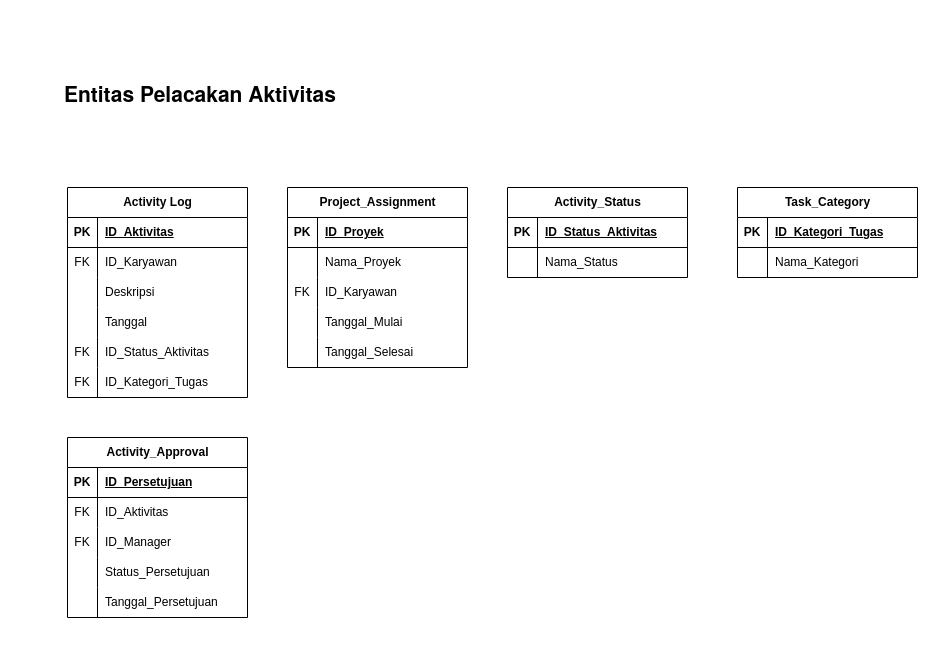
Before: page "Santana - Entitas Pelacakan Aktivitas" (4 of 6) of ERD.drawio in santanamnaa/drawio, a draw.io diagram. Source tidied: cells renumbered, new cells numbered last; positions are measured from the earlier drawing's top-left corner, leaving out a move shared by most shapes. Both pictures are drawn from the tidied source at 100%, with x=0, y=0 at pixel (27, 17).
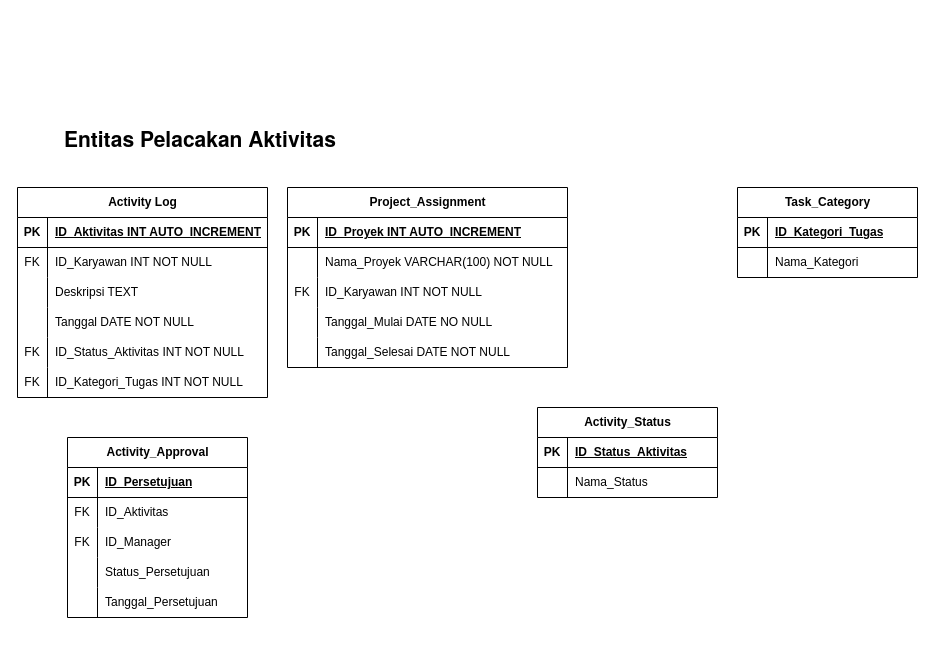
Above is the later version.

Change to the diagram source:
```diff
@@
     <mxCell id="2" value="&lt;p style=&quot;margin: 0px; font-variant-numeric: normal; font-variant-east-asian: normal; font-variant-alternates: normal; font-size-adjust: none; font-kerning: auto; font-optical-sizing: auto; font-feature-settings: normal; font-variation-settings: normal; font-variant-position: normal; font-variant-emoji: normal; font-stretch: normal; font-size: 21px; line-height: normal; font-family: &amp;quot;Helvetica Neue&amp;quot;; text-align: start;&quot; class=&quot;p1&quot;&gt;&lt;b&gt;&lt;span class=&quot;Apple-converted-space&quot;&gt;&amp;nbsp;&lt;/span&gt;Entitas Pelacakan Aktivitas&lt;/b&gt;&lt;/p&gt;" style="text;html=1;align=center;verticalAlign=middle;whiteSpace=wrap;rounded=0;" parent="1" vertex="1">
-      <mxGeometry width="340" height="150" as="geometry" />
+      <mxGeometry y="90" width="340" height="60" as="geometry" />
     </mxCell>
@@
     <mxCell id="4" value="Activity Log" style="shape=table;startSize=30;childLayout=tableLayout;rowLines=0;fontStyle=1;align=center;html=1;" parent="1" vertex="1">
-      <mxGeometry x="40" y="170" width="180" height="210" as="geometry" />
+      <mxGeometry x="-10" y="170" width="250" height="210" as="geometry" />
     </mxCell>
     <mxCell id="5" style="shape=tableRow;horizontal=0;startSize=0;swimlaneHead=0;swimlaneBody=0;fillColor=none;top=0;left=0;right=0;bottom=1;" parent="4" vertex="1">
-      <mxGeometry y="30" width="180" height="30" as="geometry" />
+      <mxGeometry y="30" width="250" height="30" as="geometry" />
     </mxCell>
@@
-    <mxCell id="7" value="ID_Aktivitas" style="shape=partialRectangle;fillColor=none;top=0;left=0;bottom=0;right=0;align=left;spacingLeft=6;fontStyle=5;overflow=hidden;whiteSpace=wrap;html=1;" parent="5" vertex="1">
-      <mxGeometry x="30" width="150" height="30" as="geometry" />
+    <mxCell id="7" value="ID_Aktivitas INT AUTO_INCREMENT" style="shape=partialRectangle;fillColor=none;top=0;left=0;bottom=0;right=0;align=left;spacingLeft=6;fontStyle=5;overflow=hidden;whiteSpace=wrap;html=1;" parent="5" vertex="1">
+      <mxGeometry x="30" width="220" height="30" as="geometry" />
     </mxCell>
     <mxCell id="8" style="shape=tableRow;horizontal=0;startSize=0;swimlaneHead=0;swimlaneBody=0;fillColor=none;top=0;left=0;right=0;bottom=0;" parent="4" vertex="1">
-      <mxGeometry y="60" width="180" height="30" as="geometry" />
+      <mxGeometry y="60" width="250" height="30" as="geometry" />
     </mxCell>
@@
-    <mxCell id="10" value="ID_Karyawan" style="shape=partialRectangle;fillColor=none;top=0;left=0;bottom=0;right=0;align=left;spacingLeft=6;overflow=hidden;whiteSpace=wrap;html=1;" parent="8" vertex="1">
-      <mxGeometry x="30" width="150" height="30" as="geometry" />
+    <mxCell id="10" value="ID_Karyawan INT NOT NULL" style="shape=partialRectangle;fillColor=none;top=0;left=0;bottom=0;right=0;align=left;spacingLeft=6;overflow=hidden;whiteSpace=wrap;html=1;" parent="8" vertex="1">
+      <mxGeometry x="30" width="220" height="30" as="geometry" />
     </mxCell>
     <mxCell id="11" style="shape=tableRow;horizontal=0;startSize=0;swimlaneHead=0;swimlaneBody=0;fillColor=none;top=0;left=0;right=0;bottom=0;" parent="4" vertex="1">
-      <mxGeometry y="90" width="180" height="30" as="geometry" />
+      <mxGeometry y="90" width="250" height="30" as="geometry" />
     </mxCell>
@@
-    <mxCell id="13" value="Deskripsi" style="shape=partialRectangle;fillColor=none;top=0;left=0;bottom=0;right=0;align=left;spacingLeft=6;overflow=hidden;whiteSpace=wrap;html=1;" parent="11" vertex="1">
-      <mxGeometry x="30" width="150" height="30" as="geometry" />
+    <mxCell id="13" value="Deskripsi TEXT" style="shape=partialRectangle;fillColor=none;top=0;left=0;bottom=0;right=0;align=left;spacingLeft=6;overflow=hidden;whiteSpace=wrap;html=1;" parent="11" vertex="1">
+      <mxGeometry x="30" width="220" height="30" as="geometry" />
     </mxCell>
     <mxCell id="14" style="shape=tableRow;horizontal=0;startSize=0;swimlaneHead=0;swimlaneBody=0;fillColor=none;top=0;left=0;right=0;bottom=0;" parent="4" vertex="1">
-      <mxGeometry y="120" width="180" height="30" as="geometry" />
+      <mxGeometry y="120" width="250" height="30" as="geometry" />
     </mxCell>
@@
-    <mxCell id="16" value="Tanggal" style="shape=partialRectangle;fillColor=none;top=0;left=0;bottom=0;right=0;align=left;spacingLeft=6;overflow=hidden;whiteSpace=wrap;html=1;" parent="14" vertex="1">
-      <mxGeometry x="30" width="150" height="30" as="geometry" />
+    <mxCell id="16" value="Tanggal DATE NOT NULL" style="shape=partialRectangle;fillColor=none;top=0;left=0;bottom=0;right=0;align=left;spacingLeft=6;overflow=hidden;whiteSpace=wrap;html=1;" parent="14" vertex="1">
+      <mxGeometry x="30" width="220" height="30" as="geometry" />
     </mxCell>
     <mxCell id="17" style="shape=tableRow;horizontal=0;startSize=0;swimlaneHead=0;swimlaneBody=0;fillColor=none;top=0;left=0;right=0;bottom=0;" parent="4" vertex="1">
-      <mxGeometry y="150" width="180" height="30" as="geometry" />
+      <mxGeometry y="150" width="250" height="30" as="geometry" />
     </mxCell>
@@
-    <mxCell id="19" value="ID_Status_Aktivitas&amp;nbsp;" style="shape=partialRectangle;fillColor=none;top=0;left=0;bottom=0;right=0;align=left;spacingLeft=6;overflow=hidden;whiteSpace=wrap;html=1;" parent="17" vertex="1">
-      <mxGeometry x="30" width="150" height="30" as="geometry" />
+    <mxCell id="19" value="ID_Status_Aktivitas INT NOT NULL" style="shape=partialRectangle;fillColor=none;top=0;left=0;bottom=0;right=0;align=left;spacingLeft=6;overflow=hidden;whiteSpace=wrap;html=1;" parent="17" vertex="1">
+      <mxGeometry x="30" width="220" height="30" as="geometry" />
     </mxCell>
     <mxCell id="20" style="shape=tableRow;horizontal=0;startSize=0;swimlaneHead=0;swimlaneBody=0;fillColor=none;top=0;left=0;right=0;bottom=0;" parent="4" vertex="1">
-      <mxGeometry y="180" width="180" height="30" as="geometry" />
+      <mxGeometry y="180" width="250" height="30" as="geometry" />
     </mxCell>
@@
-    <mxCell id="22" value="ID_Kategori_Tugas" style="shape=partialRectangle;fillColor=none;top=0;left=0;bottom=0;right=0;align=left;spacingLeft=6;overflow=hidden;whiteSpace=wrap;html=1;" parent="20" vertex="1">
-      <mxGeometry x="30" width="150" height="30" as="geometry" />
+    <mxCell id="22" value="ID_Kategori_Tugas INT NOT NULL" style="shape=partialRectangle;fillColor=none;top=0;left=0;bottom=0;right=0;align=left;spacingLeft=6;overflow=hidden;whiteSpace=wrap;html=1;" parent="20" vertex="1">
+      <mxGeometry x="30" width="220" height="30" as="geometry" />
     </mxCell>
     <mxCell id="23" value="Project_Assignment" style="shape=table;startSize=30;childLayout=tableLayout;rowLines=0;fontStyle=1;align=center;html=1;" parent="1" vertex="1">
-      <mxGeometry x="260" y="170" width="180" height="180" as="geometry" />
+      <mxGeometry x="260" y="170" width="280" height="180" as="geometry" />
     </mxCell>
     <mxCell id="24" style="shape=tableRow;horizontal=0;startSize=0;swimlaneHead=0;swimlaneBody=0;fillColor=none;top=0;left=0;right=0;bottom=1;" parent="23" vertex="1">
-      <mxGeometry y="30" width="180" height="30" as="geometry" />
+      <mxGeometry y="30" width="280" height="30" as="geometry" />
     </mxCell>
@@
-    <mxCell id="26" value="ID_Proyek" style="shape=partialRectangle;fillColor=none;top=0;left=0;bottom=0;right=0;align=left;spacingLeft=6;fontStyle=5;overflow=hidden;whiteSpace=wrap;html=1;" parent="24" vertex="1">
-      <mxGeometry x="30" width="150" height="30" as="geometry" />
+    <mxCell id="26" value="ID_Proyek INT AUTO_INCREMENT" style="shape=partialRectangle;fillColor=none;top=0;left=0;bottom=0;right=0;align=left;spacingLeft=6;fontStyle=5;overflow=hidden;whiteSpace=wrap;html=1;" parent="24" vertex="1">
+      <mxGeometry x="30" width="250" height="30" as="geometry" />
     </mxCell>
     <mxCell id="27" style="shape=tableRow;horizontal=0;startSize=0;swimlaneHead=0;swimlaneBody=0;fillColor=none;top=0;left=0;right=0;bottom=0;" parent="23" vertex="1">
-      <mxGeometry y="60" width="180" height="30" as="geometry" />
+      <mxGeometry y="60" width="280" height="30" as="geometry" />
     </mxCell>
@@
-    <mxCell id="29" value="Nama_Proyek" style="shape=partialRectangle;fillColor=none;top=0;left=0;bottom=0;right=0;align=left;spacingLeft=6;overflow=hidden;whiteSpace=wrap;html=1;" parent="27" vertex="1">
-      <mxGeometry x="30" width="150" height="30" as="geometry" />
+    <mxCell id="29" value="Nama_Proyek VARCHAR(100) NOT NULL" style="shape=partialRectangle;fillColor=none;top=0;left=0;bottom=0;right=0;align=left;spacingLeft=6;overflow=hidden;whiteSpace=wrap;html=1;" parent="27" vertex="1">
+      <mxGeometry x="30" width="250" height="30" as="geometry" />
     </mxCell>
     <mxCell id="30" style="shape=tableRow;horizontal=0;startSize=0;swimlaneHead=0;swimlaneBody=0;fillColor=none;top=0;left=0;right=0;bottom=0;" parent="23" vertex="1">
-      <mxGeometry y="90" width="180" height="30" as="geometry" />
+      <mxGeometry y="90" width="280" height="30" as="geometry" />
     </mxCell>
@@
-    <mxCell id="32" value="ID_Karyawan" style="shape=partialRectangle;fillColor=none;top=0;left=0;bottom=0;right=0;align=left;spacingLeft=6;overflow=hidden;whiteSpace=wrap;html=1;" parent="30" vertex="1">
-      <mxGeometry x="30" width="150" height="30" as="geometry" />
+    <mxCell id="32" value="ID_Karyawan INT NOT NULL" style="shape=partialRectangle;fillColor=none;top=0;left=0;bottom=0;right=0;align=left;spacingLeft=6;overflow=hidden;whiteSpace=wrap;html=1;" parent="30" vertex="1">
+      <mxGeometry x="30" width="250" height="30" as="geometry" />
     </mxCell>
     <mxCell id="33" style="shape=tableRow;horizontal=0;startSize=0;swimlaneHead=0;swimlaneBody=0;fillColor=none;top=0;left=0;right=0;bottom=0;" parent="23" vertex="1">
-      <mxGeometry y="120" width="180" height="30" as="geometry" />
+      <mxGeometry y="120" width="280" height="30" as="geometry" />
     </mxCell>
@@
-    <mxCell id="35" value="Tanggal_Mulai" style="shape=partialRectangle;fillColor=none;top=0;left=0;bottom=0;right=0;align=left;spacingLeft=6;overflow=hidden;whiteSpace=wrap;html=1;" parent="33" vertex="1">
-      <mxGeometry x="30" width="150" height="30" as="geometry" />
+    <mxCell id="35" value="Tanggal_Mulai DATE NO NULL" style="shape=partialRectangle;fillColor=none;top=0;left=0;bottom=0;right=0;align=left;spacingLeft=6;overflow=hidden;whiteSpace=wrap;html=1;" parent="33" vertex="1">
+      <mxGeometry x="30" width="250" height="30" as="geometry" />
     </mxCell>
     <mxCell id="36" style="shape=tableRow;horizontal=0;startSize=0;swimlaneHead=0;swimlaneBody=0;fillColor=none;top=0;left=0;right=0;bottom=0;" parent="23" vertex="1">
-      <mxGeometry y="150" width="180" height="30" as="geometry" />
+      <mxGeometry y="150" width="280" height="30" as="geometry" />
     </mxCell>
@@
-    <mxCell id="38" value="Tanggal_Selesai" style="shape=partialRectangle;fillColor=none;top=0;left=0;bottom=0;right=0;align=left;spacingLeft=6;overflow=hidden;whiteSpace=wrap;html=1;" parent="36" vertex="1">
-      <mxGeometry x="30" width="150" height="30" as="geometry" />
+    <mxCell id="38" value="Tanggal_Selesai DATE NOT NULL" style="shape=partialRectangle;fillColor=none;top=0;left=0;bottom=0;right=0;align=left;spacingLeft=6;overflow=hidden;whiteSpace=wrap;html=1;" parent="36" vertex="1">
+      <mxGeometry x="30" width="250" height="30" as="geometry" />
     </mxCell>
     <mxCell id="39" value="Activity_Status" style="shape=table;startSize=30;childLayout=tableLayout;rowLines=0;fontStyle=1;align=center;html=1;" parent="1" vertex="1">
-      <mxGeometry x="480" y="170" width="180" height="90" as="geometry" />
+      <mxGeometry x="510" y="390" width="180" height="90" as="geometry" />
     </mxCell>
```
